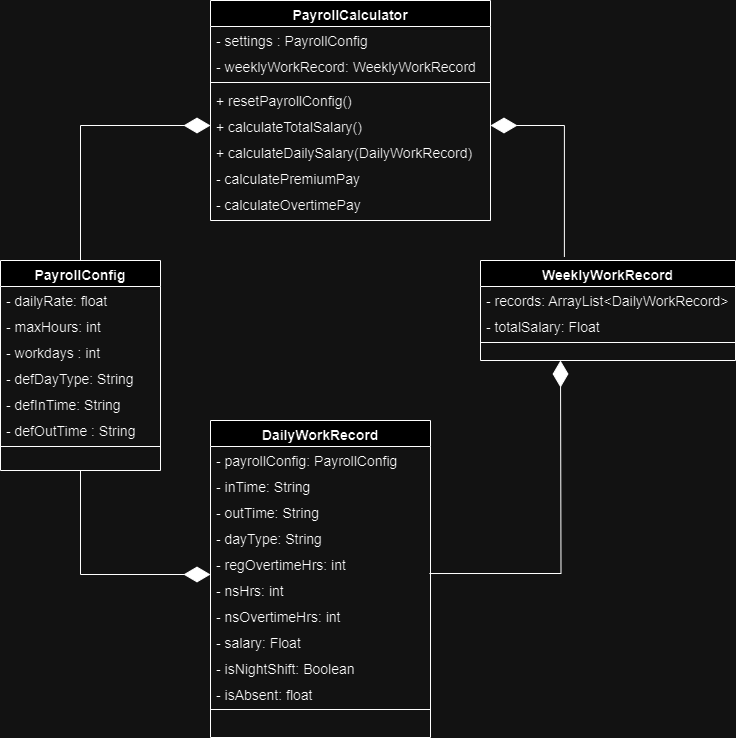
Earlier version of the draw.io export WeeklyPayrollSystem.drawio.png (daniellalimbag/Weekly-Payroll-System). Source tidied: cells renumbered, new cells last; positions are measured from the earlier drawing's top-left corner, leaving out a move shared by most shapes. Its diagram source:
```xml
<mxGraphModel>
  <root>
    <mxCell id="0" />
    <mxCell id="1" parent="0" />
    <mxCell id="2" value="PayrollConfig" style="swimlane;fontStyle=1;align=center;verticalAlign=top;horizontal=1;startSize=26;rounded=0;shadow=0;strokeWidth=1;fontSize=14;" parent="1" vertex="1">
      <mxGeometry y="260" width="160" height="210" as="geometry" />
    </mxCell>
    <mxCell id="3" value="- dailyRate: float" style="text;align=left;verticalAlign=top;spacingLeft=4;spacingRight=4;overflow=hidden;fontSize=14;" parent="2" vertex="1">
      <mxGeometry y="26" width="160" height="26" as="geometry" />
    </mxCell>
    <mxCell id="4" value="- maxHours: int" style="text;align=left;verticalAlign=top;spacingLeft=4;spacingRight=4;overflow=hidden;rounded=0;shadow=0;html=0;fontSize=14;" parent="2" vertex="1">
      <mxGeometry y="52" width="160" height="26" as="geometry" />
    </mxCell>
    <mxCell id="5" value="- workdays : int" style="text;align=left;verticalAlign=top;spacingLeft=4;spacingRight=4;overflow=hidden;rounded=0;shadow=0;html=0;fontSize=14;" parent="2" vertex="1">
      <mxGeometry y="78" width="160" height="26" as="geometry" />
    </mxCell>
    <mxCell id="6" value="- defDayType: String" style="text;align=left;verticalAlign=top;spacingLeft=4;spacingRight=4;overflow=hidden;rounded=0;shadow=0;html=0;fontSize=14;" parent="2" vertex="1">
      <mxGeometry y="104" width="160" height="26" as="geometry" />
    </mxCell>
    <mxCell id="7" value="- defInTime: String" style="text;align=left;verticalAlign=top;spacingLeft=4;spacingRight=4;overflow=hidden;rounded=0;shadow=0;html=0;fontSize=14;" parent="2" vertex="1">
      <mxGeometry y="130" width="160" height="26" as="geometry" />
    </mxCell>
    <mxCell id="8" value="- defOutTime : String" style="text;align=left;verticalAlign=top;spacingLeft=4;spacingRight=4;overflow=hidden;rounded=0;shadow=0;html=0;fontSize=14;" parent="2" vertex="1">
      <mxGeometry y="156" width="160" height="26" as="geometry" />
    </mxCell>
    <mxCell id="9" style="line;html=1;strokeWidth=1;align=left;verticalAlign=middle;spacingTop=-1;spacingLeft=3;spacingRight=3;labelPosition=right;fontSize=14;" parent="2" vertex="1">
      <mxGeometry y="182" width="160" height="8" as="geometry" />
    </mxCell>
    <mxCell id="10" value="DailyWorkRecord" style="swimlane;fontStyle=1;align=center;verticalAlign=top;horizontal=1;startSize=26;rounded=0;shadow=0;strokeWidth=1;fontSize=14;" parent="1" vertex="1">
      <mxGeometry x="210" y="420" width="220" height="317" as="geometry" />
    </mxCell>
    <mxCell id="11" value="- payrollConfig: PayrollConfig" style="text;align=left;verticalAlign=top;spacingLeft=4;spacingRight=4;overflow=hidden;fontSize=14;" parent="10" vertex="1">
      <mxGeometry y="26" width="220" height="26" as="geometry" />
    </mxCell>
    <mxCell id="12" value="- inTime: String" style="text;align=left;verticalAlign=top;spacingLeft=4;spacingRight=4;overflow=hidden;fontSize=14;" parent="10" vertex="1">
      <mxGeometry y="52" width="220" height="26" as="geometry" />
    </mxCell>
    <mxCell id="13" value="- outTime: String" style="text;align=left;verticalAlign=top;spacingLeft=4;spacingRight=4;overflow=hidden;fontSize=14;" parent="10" vertex="1">
      <mxGeometry y="78" width="220" height="26" as="geometry" />
    </mxCell>
    <mxCell id="14" value="- dayType: String" style="text;align=left;verticalAlign=top;spacingLeft=4;spacingRight=4;overflow=hidden;fontSize=14;" parent="10" vertex="1">
      <mxGeometry y="104" width="220" height="26" as="geometry" />
    </mxCell>
    <mxCell id="15" value="- regOvertimeHrs: int" style="text;align=left;verticalAlign=top;spacingLeft=4;spacingRight=4;overflow=hidden;points=[[0,0.5],[1,0.5]];portConstraint=eastwest;fontSize=14;" parent="10" vertex="1">
      <mxGeometry y="130" width="220" height="26" as="geometry" />
    </mxCell>
    <mxCell id="16" value="- nsHrs: int" style="text;align=left;verticalAlign=top;spacingLeft=4;spacingRight=4;overflow=hidden;points=[[0,0.5],[1,0.5]];portConstraint=eastwest;fontSize=14;" parent="10" vertex="1">
      <mxGeometry y="156" width="220" height="26" as="geometry" />
    </mxCell>
    <mxCell id="17" value="- nsOvertimeHrs: int" style="text;align=left;verticalAlign=top;spacingLeft=4;spacingRight=4;overflow=hidden;fontSize=14;" parent="10" vertex="1">
      <mxGeometry y="182" width="220" height="26" as="geometry" />
    </mxCell>
    <mxCell id="18" value="- salary: Float" style="text;align=left;verticalAlign=top;spacingLeft=4;spacingRight=4;overflow=hidden;fontSize=14;" parent="10" vertex="1">
      <mxGeometry y="208" width="220" height="26" as="geometry" />
    </mxCell>
    <mxCell id="19" value="- isNightShift: Boolean" style="text;align=left;verticalAlign=top;spacingLeft=4;spacingRight=4;overflow=hidden;fontSize=14;" parent="10" vertex="1">
      <mxGeometry y="234" width="220" height="26" as="geometry" />
    </mxCell>
    <mxCell id="20" value="- isAbsent: float" style="text;align=left;verticalAlign=top;spacingLeft=4;spacingRight=4;overflow=hidden;fontSize=14;" parent="10" vertex="1">
      <mxGeometry y="260" width="220" height="26" as="geometry" />
    </mxCell>
    <mxCell id="21" style="line;html=1;strokeWidth=1;align=left;verticalAlign=middle;spacingTop=-1;spacingLeft=3;spacingRight=3;labelPosition=right;fontSize=14;" parent="10" vertex="1">
      <mxGeometry y="286" width="220" height="6" as="geometry" />
    </mxCell>
    <mxCell id="22" value="PayrollCalculator" style="swimlane;fontStyle=1;align=center;verticalAlign=top;horizontal=1;startSize=26;rounded=0;shadow=0;strokeWidth=1;fontSize=14;" parent="1" vertex="1">
      <mxGeometry x="210" width="280" height="220" as="geometry" />
    </mxCell>
    <mxCell id="23" value="- settings : PayrollConfig" style="text;align=left;verticalAlign=top;spacingLeft=4;spacingRight=4;overflow=hidden;fontSize=14;" parent="22" vertex="1">
      <mxGeometry y="26" width="280" height="26" as="geometry" />
    </mxCell>
    <mxCell id="24" value="- weeklyWorkRecord: WeeklyWorkRecord" style="text;align=left;verticalAlign=top;spacingLeft=4;spacingRight=4;overflow=hidden;rounded=0;shadow=0;html=0;fontSize=14;" parent="22" vertex="1">
      <mxGeometry y="52" width="280" height="26" as="geometry" />
    </mxCell>
    <mxCell id="25" style="line;html=1;strokeWidth=1;align=left;verticalAlign=middle;spacingTop=-1;spacingLeft=3;spacingRight=3;labelPosition=right;fontSize=14;" parent="22" vertex="1">
      <mxGeometry y="78" width="280" height="8" as="geometry" />
    </mxCell>
    <mxCell id="26" value="+ resetPayrollConfig()" style="text;align=left;verticalAlign=top;spacingLeft=4;spacingRight=4;overflow=hidden;fontSize=14;" parent="22" vertex="1">
      <mxGeometry y="86" width="280" height="26" as="geometry" />
    </mxCell>
    <mxCell id="27" value="+ calculateTotalSalary()" style="text;align=left;verticalAlign=top;spacingLeft=4;spacingRight=4;overflow=hidden;points=[[0,0.5],[1,0.5]];portConstraint=eastwest;fontSize=14;" parent="22" vertex="1">
      <mxGeometry y="112" width="280" height="26" as="geometry" />
    </mxCell>
    <mxCell id="28" value="+ calculateDailySalary(DailyWorkRecord)" style="text;align=left;verticalAlign=top;spacingLeft=4;spacingRight=4;overflow=hidden;fontSize=14;" parent="22" vertex="1">
      <mxGeometry y="138" width="280" height="26" as="geometry" />
    </mxCell>
    <mxCell id="29" value="- calculatePremiumPay" style="text;align=left;verticalAlign=top;spacingLeft=4;spacingRight=4;overflow=hidden;fontSize=14;" parent="22" vertex="1">
      <mxGeometry y="164" width="280" height="26" as="geometry" />
    </mxCell>
    <mxCell id="30" value="- calculateOvertimePay" style="text;align=left;verticalAlign=top;spacingLeft=4;spacingRight=4;overflow=hidden;fontSize=14;" parent="22" vertex="1">
      <mxGeometry y="190" width="280" height="26" as="geometry" />
    </mxCell>
    <mxCell id="31" value="WeeklyWorkRecord" style="swimlane;fontStyle=1;align=center;verticalAlign=top;horizontal=1;startSize=26;rounded=0;shadow=0;strokeWidth=1;fontSize=14;" parent="1" vertex="1">
      <mxGeometry x="480" y="260" width="255" height="100" as="geometry" />
    </mxCell>
    <mxCell id="32" value="- records: ArrayList&lt;DailyWorkRecord&gt;" style="text;align=left;verticalAlign=top;spacingLeft=4;spacingRight=4;overflow=hidden;fontSize=14;" parent="31" vertex="1">
      <mxGeometry y="26" width="255" height="26" as="geometry" />
    </mxCell>
    <mxCell id="33" value="- totalSalary: Float" style="text;align=left;verticalAlign=top;spacingLeft=4;spacingRight=4;overflow=hidden;points=[[0,0.5],[1,0.5]];portConstraint=eastwest;fontSize=14;" parent="31" vertex="1">
      <mxGeometry y="52" width="255" height="26" as="geometry" />
    </mxCell>
    <mxCell id="34" style="line;html=1;strokeWidth=1;align=left;verticalAlign=middle;spacingTop=-1;spacingLeft=3;spacingRight=3;labelPosition=right;fontSize=14;" parent="31" vertex="1">
      <mxGeometry y="78" width="255" height="8" as="geometry" />
    </mxCell>
    <mxCell id="35" style="endArrow=diamondThin;endFill=1;endSize=24;html=1;rounded=0;exitX=0.995;exitY=0.885;exitDx=0;exitDy=0;edgeStyle=orthogonalEdgeStyle;exitPerimeter=0;" parent="1" edge="1" source="15">
      <mxGeometry relative="1" as="geometry">
        <mxPoint x="560" y="360" as="targetPoint" />
      </mxGeometry>
    </mxCell>
    <mxCell id="36" style="endArrow=diamondThin;endFill=1;endSize=24;html=1;rounded=0;entryX=0;entryY=0.5;entryDx=0;entryDy=0;exitX=0.5;exitY=0;exitDx=0;exitDy=0;edgeStyle=orthogonalEdgeStyle;" parent="1" edge="1" source="2" target="27">
      <mxGeometry relative="1" as="geometry" />
    </mxCell>
    <mxCell id="37" style="endArrow=diamondThin;endFill=1;endSize=24;html=1;rounded=0;entryX=0;entryY=-0.077;entryDx=0;entryDy=0;entryPerimeter=0;exitX=0.5;exitY=1;exitDx=0;exitDy=0;edgeStyle=orthogonalEdgeStyle;" parent="1" edge="1" source="2" target="16">
      <mxGeometry relative="1" as="geometry" />
    </mxCell>
    <mxCell id="38" style="endArrow=diamondThin;endFill=1;endSize=24;html=1;rounded=0;exitX=0.329;exitY=-0.036;exitDx=0;exitDy=0;exitPerimeter=0;entryX=1;entryY=0.5;entryDx=0;entryDy=0;edgeStyle=orthogonalEdgeStyle;" parent="1" edge="1" source="31" target="27">
      <mxGeometry relative="1" as="geometry" />
    </mxCell>
  </root>
</mxGraphModel>
```
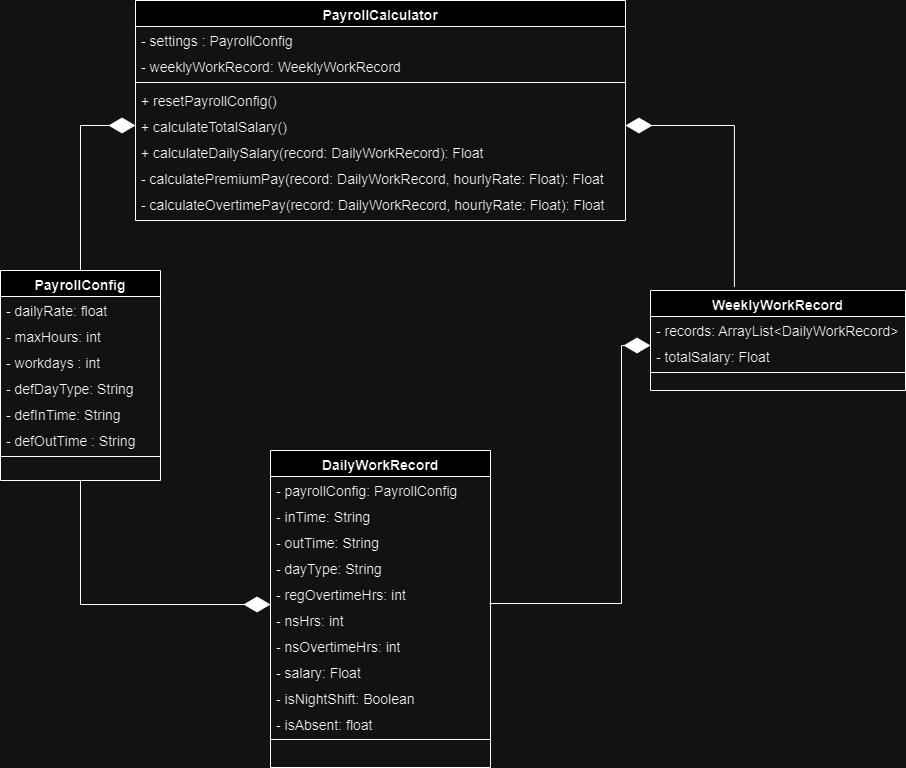
The same diagram one commit later.

Diff of the diagram source:
```diff
@@ -3,7 +3,7 @@
     <mxCell id="0" />
     <mxCell id="1" parent="0" />
     <mxCell id="2" value="PayrollConfig" style="swimlane;fontStyle=1;align=center;verticalAlign=top;horizontal=1;startSize=26;rounded=0;shadow=0;strokeWidth=1;fontSize=14;" parent="1" vertex="1">
-      <mxGeometry y="260" width="160" height="210" as="geometry" />
+      <mxGeometry x="-60" y="240" width="160" height="210" as="geometry" />
     </mxCell>
     <mxCell id="3" value="- dailyRate: float" style="text;align=left;verticalAlign=top;spacingLeft=4;spacingRight=4;overflow=hidden;fontSize=14;" parent="2" vertex="1">
       <mxGeometry y="26" width="160" height="26" as="geometry" />
@@ -63,34 +63,34 @@
       <mxGeometry y="286" width="220" height="6" as="geometry" />
     </mxCell>
     <mxCell id="22" value="PayrollCalculator" style="swimlane;fontStyle=1;align=center;verticalAlign=top;horizontal=1;startSize=26;rounded=0;shadow=0;strokeWidth=1;fontSize=14;" parent="1" vertex="1">
-      <mxGeometry x="210" width="280" height="220" as="geometry" />
+      <mxGeometry x="75" y="-30" width="490" height="220" as="geometry" />
     </mxCell>
     <mxCell id="23" value="- settings : PayrollConfig" style="text;align=left;verticalAlign=top;spacingLeft=4;spacingRight=4;overflow=hidden;fontSize=14;" parent="22" vertex="1">
-      <mxGeometry y="26" width="280" height="26" as="geometry" />
+      <mxGeometry y="26" width="490" height="26" as="geometry" />
     </mxCell>
     <mxCell id="24" value="- weeklyWorkRecord: WeeklyWorkRecord" style="text;align=left;verticalAlign=top;spacingLeft=4;spacingRight=4;overflow=hidden;rounded=0;shadow=0;html=0;fontSize=14;" parent="22" vertex="1">
-      <mxGeometry y="52" width="280" height="26" as="geometry" />
+      <mxGeometry y="52" width="490" height="26" as="geometry" />
     </mxCell>
     <mxCell id="25" style="line;html=1;strokeWidth=1;align=left;verticalAlign=middle;spacingTop=-1;spacingLeft=3;spacingRight=3;labelPosition=right;fontSize=14;" parent="22" vertex="1">
-      <mxGeometry y="78" width="280" height="8" as="geometry" />
+      <mxGeometry y="78" width="490" height="8" as="geometry" />
     </mxCell>
     <mxCell id="26" value="+ resetPayrollConfig()" style="text;align=left;verticalAlign=top;spacingLeft=4;spacingRight=4;overflow=hidden;fontSize=14;" parent="22" vertex="1">
-      <mxGeometry y="86" width="280" height="26" as="geometry" />
+      <mxGeometry y="86" width="490" height="26" as="geometry" />
     </mxCell>
     <mxCell id="27" value="+ calculateTotalSalary()" style="text;align=left;verticalAlign=top;spacingLeft=4;spacingRight=4;overflow=hidden;points=[[0,0.5],[1,0.5]];portConstraint=eastwest;fontSize=14;" parent="22" vertex="1">
-      <mxGeometry y="112" width="280" height="26" as="geometry" />
+      <mxGeometry y="112" width="490" height="26" as="geometry" />
     </mxCell>
-    <mxCell id="28" value="+ calculateDailySalary(DailyWorkRecord)" style="text;align=left;verticalAlign=top;spacingLeft=4;spacingRight=4;overflow=hidden;fontSize=14;" parent="22" vertex="1">
-      <mxGeometry y="138" width="280" height="26" as="geometry" />
+    <mxCell id="28" value="+ calculateDailySalary(record: DailyWorkRecord): Float" style="text;align=left;verticalAlign=top;spacingLeft=4;spacingRight=4;overflow=hidden;fontSize=14;" parent="22" vertex="1">
+      <mxGeometry y="138" width="490" height="26" as="geometry" />
     </mxCell>
-    <mxCell id="29" value="- calculatePremiumPay" style="text;align=left;verticalAlign=top;spacingLeft=4;spacingRight=4;overflow=hidden;fontSize=14;" parent="22" vertex="1">
-      <mxGeometry y="164" width="280" height="26" as="geometry" />
+    <mxCell id="29" value="- calculatePremiumPay(record: DailyWorkRecord, hourlyRate: Float): Float" style="text;align=left;verticalAlign=top;spacingLeft=4;spacingRight=4;overflow=hidden;fontSize=14;" parent="22" vertex="1">
+      <mxGeometry y="164" width="490" height="26" as="geometry" />
     </mxCell>
-    <mxCell id="30" value="- calculateOvertimePay" style="text;align=left;verticalAlign=top;spacingLeft=4;spacingRight=4;overflow=hidden;fontSize=14;" parent="22" vertex="1">
-      <mxGeometry y="190" width="280" height="26" as="geometry" />
+    <mxCell id="30" value="- calculateOvertimePay(record: DailyWorkRecord, hourlyRate: Float): Float" style="text;align=left;verticalAlign=top;spacingLeft=4;spacingRight=4;overflow=hidden;fontSize=14;" parent="22" vertex="1">
+      <mxGeometry y="190" width="490" height="26" as="geometry" />
     </mxCell>
     <mxCell id="31" value="WeeklyWorkRecord" style="swimlane;fontStyle=1;align=center;verticalAlign=top;horizontal=1;startSize=26;rounded=0;shadow=0;strokeWidth=1;fontSize=14;" parent="1" vertex="1">
-      <mxGeometry x="480" y="260" width="255" height="100" as="geometry" />
+      <mxGeometry x="590" y="260" width="255" height="100" as="geometry" />
     </mxCell>
     <mxCell id="32" value="- records: ArrayList&lt;DailyWorkRecord&gt;" style="text;align=left;verticalAlign=top;spacingLeft=4;spacingRight=4;overflow=hidden;fontSize=14;" parent="31" vertex="1">
       <mxGeometry y="26" width="255" height="26" as="geometry" />
@@ -101,9 +101,12 @@
     <mxCell id="34" style="line;html=1;strokeWidth=1;align=left;verticalAlign=middle;spacingTop=-1;spacingLeft=3;spacingRight=3;labelPosition=right;fontSize=14;" parent="31" vertex="1">
       <mxGeometry y="78" width="255" height="8" as="geometry" />
     </mxCell>
-    <mxCell id="35" style="endArrow=diamondThin;endFill=1;endSize=24;html=1;rounded=0;exitX=0.995;exitY=0.885;exitDx=0;exitDy=0;edgeStyle=orthogonalEdgeStyle;exitPerimeter=0;" parent="1" edge="1" source="15">
+    <mxCell id="35" style="endArrow=diamondThin;endFill=1;endSize=24;html=1;rounded=0;exitX=0.995;exitY=0.885;exitDx=0;exitDy=0;edgeStyle=orthogonalEdgeStyle;exitPerimeter=0;entryX=0;entryY=0.115;entryDx=0;entryDy=0;entryPerimeter=0;" parent="1" edge="1" source="15" target="33">
       <mxGeometry relative="1" as="geometry">
-        <mxPoint x="560" y="360" as="targetPoint" />
+        <Array as="points">
+          <mxPoint x="561" y="573" />
+          <mxPoint x="561" y="315" />
+        </Array>
       </mxGeometry>
     </mxCell>
     <mxCell id="36" style="endArrow=diamondThin;endFill=1;endSize=24;html=1;rounded=0;entryX=0;entryY=0.5;entryDx=0;entryDy=0;exitX=0.5;exitY=0;exitDx=0;exitDy=0;edgeStyle=orthogonalEdgeStyle;" parent="1" edge="1" source="2" target="27">
```
